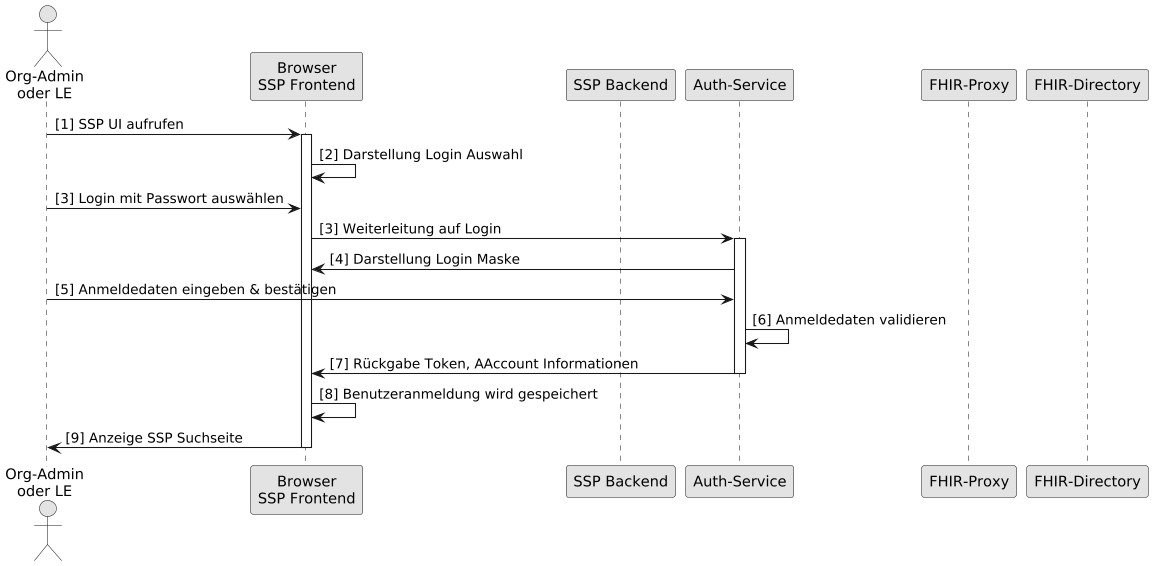
The PlantUML diagram images/diagrams/SequenceDiagram.FHIR-Directory.SSP.Auth.Passw.png in gematik/api-vzd, before a commit. The source it was exported from:
```plantuml
@startuml
skinparam dpi 100
skinparam WrapWidth 200
skinparam monochrome true

actor o as "Org-Admin\noder LE"
participant cl as "Browser\nSSP Frontend"
participant be as "SSP Backend"
participant au as "Auth-Service"
participant fp as "FHIR-Proxy"
participant fd as "FHIR-Directory"


o -> cl: [1] SSP UI aufrufen
activate cl
cl -> cl: [2] Darstellung Login Auswahl
o -> cl: [3] Login mit Passwort auswählen

cl -> au: [3] Weiterleitung auf Login
activate au
au -> cl: [4] Darstellung Login Maske
o -> au: [5] Anmeldedaten eingeben & bestätigen
au -> au: [6] Anmeldedaten validieren
au -> cl: [7] Rückgabe Token, AAccount Informationen
deactivate au

cl -> cl: [8] Benutzeranmeldung wird gespeichert
cl -> o: [9] Anzeige SSP Suchseite

deactivate cl
@enduml
```
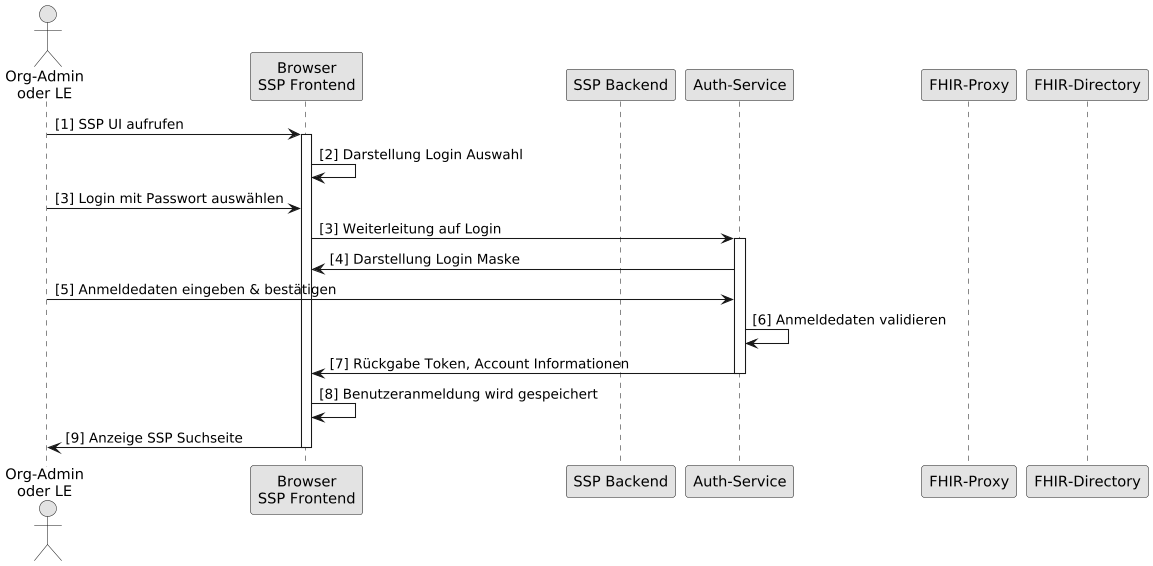
After the change.

Commit message:
Commit from GitHub Actions (GeneratePlantumlImages)

The edit, as a diff of the source:
```diff
@@ -21,7 +21,7 @@
 au -> cl: [4] Darstellung Login Maske
 o -> au: [5] Anmeldedaten eingeben & bestätigen
 au -> au: [6] Anmeldedaten validieren
-au -> cl: [7] Rückgabe Token, AAccount Informationen
+au -> cl: [7] Rückgabe Token, Account Informationen
 deactivate au
 
 cl -> cl: [8] Benutzeranmeldung wird gespeichert
```
